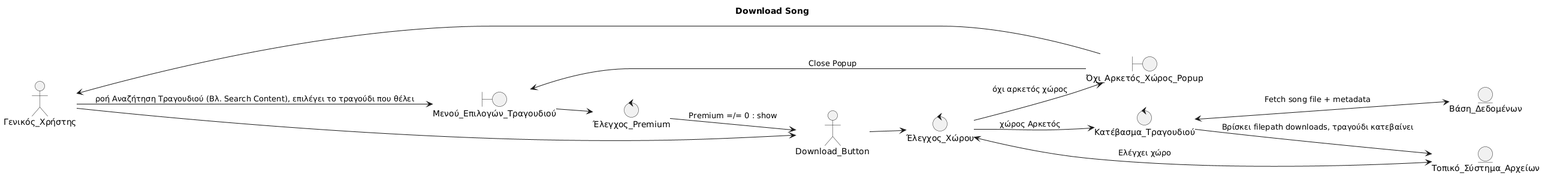
Before: Paradoteo_3/RobustnessDiagrams/DownloadSongs.png, a diagram exported from PlantUML (RubenKingCP/Namify).
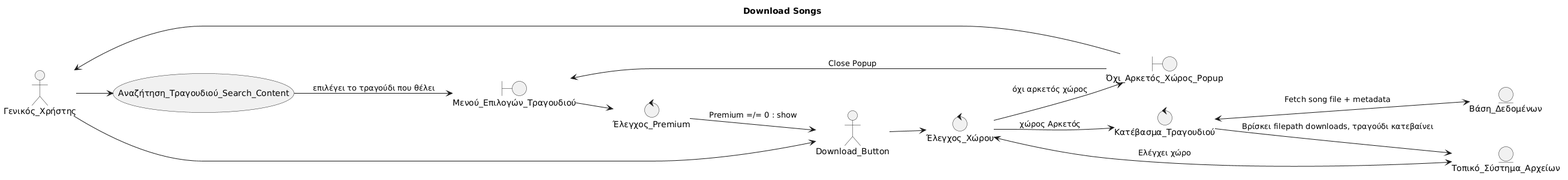
The same file after the commit.

What changed in the source:
```diff
@@ -1,5 +1,5 @@
 @startuml
-title Download Song
+title Download Songs
 
 left to right direction
 
@@ -25,7 +25,12 @@
 entity Τοπικό_Σύστημα_Αρχείων
 
 
-Γενικός_Χρήστης --> Μενού_Επιλογών_Τραγουδιού: ροή Αναζήτηση Τραγουδιού (Βλ. Search Content), επιλέγει το τραγούδι που θέλει
+usecase Αναζήτηση_Tραγουδιού_Search_Content
+
+
+
+Γενικός_Χρήστης --> Αναζήτηση_Tραγουδιού_Search_Content
+Αναζήτηση_Tραγουδιού_Search_Content --> Μενού_Επιλογών_Τραγουδιού: επιλέγει το τραγούδι που θέλει
 Μενού_Επιλογών_Τραγουδιού --> Έλεγχος_Premium
 Έλεγχος_Premium --> Download_Button : Premium =/= 0 : show
 Γενικός_Χρήστης --> Download_Button
```
